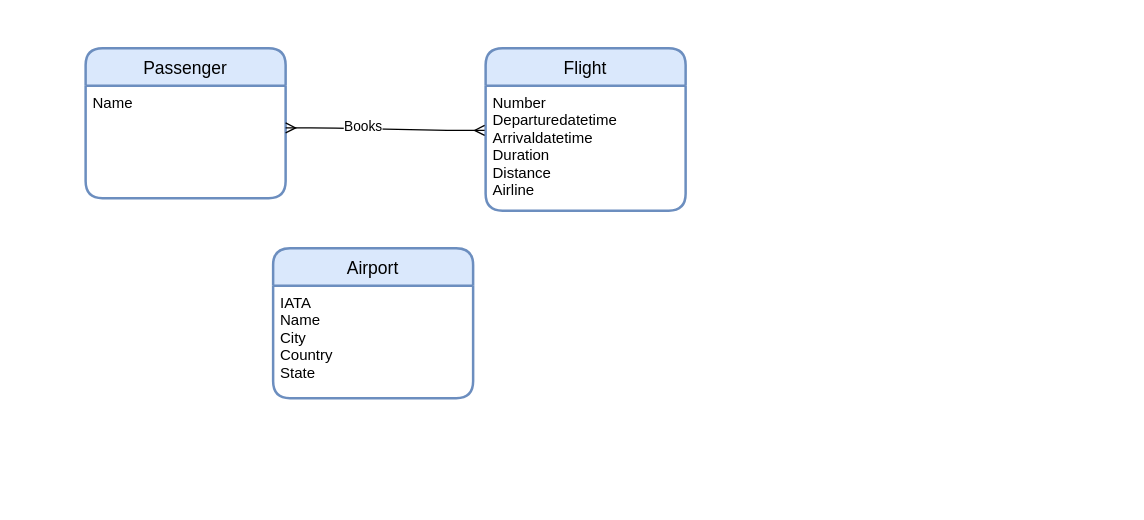
This is plane_project_test.drawio from s1874217870/starup, a draw.io file, before an edit. Source tidied: cells renumbered, new cells numbered last; positions are measured from the earlier drawing's top-left corner, leaving out a move shared by most shapes. Both pictures are drawn from the tidied source at 125%, with x=0, y=0 at pixel (85, 48).
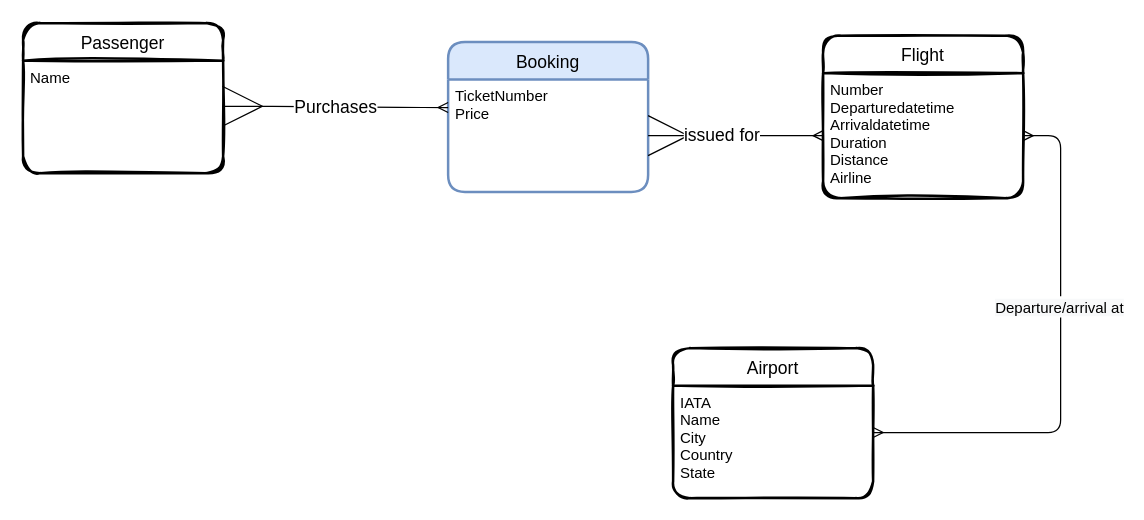
Above is the later version.

Diff of the diagram source:
```diff
@@
 <mxGraphModel>
   <root>
     <mxCell id="0" />
     <mxCell id="1" parent="0" />
-    <mxCell id="2" value="Passenger" style="swimlane;horizontal=1;startSize=30;rounded=1;fontSize=14;fontStyle=0;strokeWidth=2;shadow=0;dashed=0;align=center;fillColor=#dae8fc;strokeColor=#6c8ebf;" parent="1" vertex="1">
-      <mxGeometry width="160" height="120" as="geometry" />
+    <mxCell id="2" value="Passenger" style="swimlane;horizontal=1;startSize=30;fontSize=14;fontStyle=0;strokeWidth=2;shadow=0;dashed=0;align=center;rounded=1;sketch=1;" parent="1" vertex="1">
+      <mxGeometry x="-50" y="-20" width="160" height="120" as="geometry" />
     </mxCell>
-    <mxCell id="3" value="Name&#10;&#10;" style="align=left;strokeColor=none;fillColor=none;spacingLeft=4;fontSize=12;verticalAlign=top;" parent="2" vertex="1">
+    <mxCell id="3" value="Name&#10;&#10;" style="align=left;strokeColor=none;fillColor=none;spacingLeft=4;fontSize=12;verticalAlign=top;rounded=1;sketch=1;" parent="2" vertex="1">
       <mxGeometry y="30" width="160" height="90" as="geometry" />
     </mxCell>
-    <mxCell id="4" value="Flight" style="swimlane;horizontal=1;startSize=30;rounded=1;fontSize=14;fontStyle=0;strokeWidth=2;shadow=0;dashed=0;align=center;fillColor=#dae8fc;strokeColor=#6c8ebf;" parent="1" vertex="1">
-      <mxGeometry x="320" width="160" height="130" as="geometry" />
+    <mxCell id="4" value="Flight" style="swimlane;horizontal=1;startSize=30;fontSize=14;fontStyle=0;strokeWidth=2;shadow=0;dashed=0;align=center;rounded=1;sketch=1;" parent="1" vertex="1">
+      <mxGeometry x="590" y="-10" width="160" height="130" as="geometry" />
     </mxCell>
-    <mxCell id="5" value="Number&#10;Departuredatetime&#10;Arrivaldatetime&#10;Duration&#10;Distance&#10;Airline" style="align=left;strokeColor=none;fillColor=none;spacingLeft=4;fontSize=12;verticalAlign=top;" parent="4" vertex="1">
+    <mxCell id="5" value="Number&#10;Departuredatetime&#10;Arrivaldatetime&#10;Duration&#10;Distance&#10;Airline" style="align=left;strokeColor=none;fillColor=none;spacingLeft=4;fontSize=12;verticalAlign=top;rounded=1;sketch=1;" parent="4" vertex="1">
       <mxGeometry y="30" width="160" height="100" as="geometry" />
     </mxCell>
-    <mxCell id="6" style="edgeStyle=entityRelationEdgeStyle;fontSize=12;html=1;endArrow=ERmany;startArrow=ERmany;exitX=1;exitY=0.376;exitDx=0;exitDy=0;exitPerimeter=0;entryX=-0.005;entryY=0.358;entryDx=0;entryDy=0;entryPerimeter=0;" parent="1" edge="1" source="3" target="5">
-      <mxGeometry relative="1" as="geometry" />
-    </mxCell>
-    <mxCell id="7" value="Books" style="edgeLabel;html=1;align=center;verticalAlign=middle;" parent="6" vertex="1">
-      <mxGeometry x="-0.24" y="2" relative="1" as="geometry" />
-    </mxCell>
-    <mxCell id="8" value="Airport" style="swimlane;horizontal=1;startSize=30;rounded=1;fontSize=14;fontStyle=0;strokeWidth=2;shadow=0;dashed=0;align=center;fillColor=#dae8fc;strokeColor=#6c8ebf;" parent="1" vertex="1">
-      <mxGeometry x="150" y="160" width="160" height="120" as="geometry" />
+    <mxCell id="8" value="Airport" style="swimlane;horizontal=1;startSize=30;fontSize=14;fontStyle=0;strokeWidth=2;shadow=0;dashed=0;align=center;rounded=1;sketch=1;" parent="1" vertex="1">
+      <mxGeometry x="470" y="240" width="160" height="120" as="geometry" />
     </mxCell>
-    <mxCell id="9" value="IATA&#10;Name&#10;City&#10;Country&#10;State" style="align=left;strokeColor=none;fillColor=none;spacingLeft=4;fontSize=12;verticalAlign=top;" parent="8" vertex="1">
+    <mxCell id="9" value="IATA&#10;Name&#10;City&#10;Country&#10;State" style="align=left;strokeColor=none;fillColor=none;spacingLeft=4;fontSize=12;verticalAlign=top;rounded=1;sketch=1;" parent="8" vertex="1">
       <mxGeometry y="30" width="160" height="90" as="geometry" />
     </mxCell>
+    <mxCell id="10" style="edgeStyle=entityRelationEdgeStyle;fontSize=12;html=1;endArrow=ERmany;startArrow=ERmany;exitX=1;exitY=0.417;exitDx=0;exitDy=0;exitPerimeter=0;" parent="1" edge="1" source="9" target="5">
+      <mxGeometry relative="1" as="geometry" />
+    </mxCell>
+    <mxCell id="11" value="&lt;span style=&quot;font-size: 12px ; background-color: rgb(248 , 249 , 250)&quot;&gt;Departure/arrival at&lt;/span&gt;" style="edgeLabel;html=1;align=center;verticalAlign=middle;fontSize=14;" parent="10" vertex="1">
+      <mxGeometry x="0.2" y="2" relative="1" as="geometry" />
+    </mxCell>
+    <mxCell id="12" value="Booking" style="swimlane;horizontal=1;startSize=30;rounded=1;fontSize=14;fontStyle=0;strokeWidth=2;shadow=0;dashed=0;align=center;glass=0;sketch=0;fillColor=#dae8fc;strokeColor=#6c8ebf;" parent="1" vertex="1">
+      <mxGeometry x="290" y="-5" width="160" height="120" as="geometry" />
+    </mxCell>
+    <mxCell id="13" value="TicketNumber&#10;Price" style="align=left;strokeColor=none;fillColor=none;spacingLeft=4;fontSize=12;verticalAlign=top;" parent="12" vertex="1">
+      <mxGeometry y="30" width="160" height="90" as="geometry" />
+    </mxCell>
+    <mxCell id="14" style="edgeStyle=entityRelationEdgeStyle;fontSize=12;html=1;endArrow=ERmany;startArrow=ERmany;startSize=30;exitX=0.996;exitY=0.406;exitDx=0;exitDy=0;exitPerimeter=0;entryX=0;entryY=0.25;entryDx=0;entryDy=0;" parent="1" edge="1" source="3" target="13">
+      <mxGeometry relative="1" as="geometry" />
+    </mxCell>
+    <mxCell id="15" value="Purchases" style="edgeLabel;html=1;align=center;verticalAlign=middle;fontSize=14;" parent="14" vertex="1">
+      <mxGeometry y="1" relative="1" as="geometry" />
+    </mxCell>
+    <mxCell id="16" style="edgeStyle=entityRelationEdgeStyle;fontSize=12;html=1;endArrow=ERmany;startArrow=ERmany;startSize=30;exitX=1;exitY=0.5;exitDx=0;exitDy=0;entryX=0;entryY=0.5;entryDx=0;entryDy=0;" parent="1" edge="1" source="13" target="5">
+      <mxGeometry relative="1" as="geometry" />
+    </mxCell>
+    <mxCell id="17" value="issued for" style="edgeLabel;html=1;align=center;verticalAlign=middle;fontSize=14;" parent="16" vertex="1">
+      <mxGeometry x="-0.17" y="1" relative="1" as="geometry" />
+    </mxCell>
   </root>
 </mxGraphModel>
```
